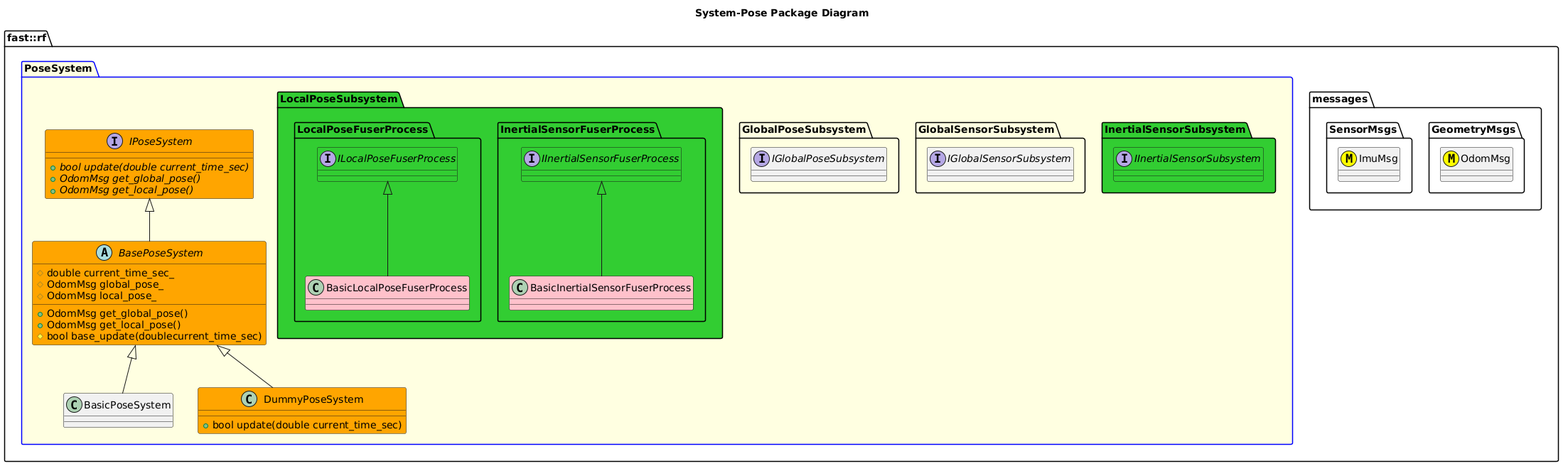
Above: Systems/Pose/doc/puml/SystemPosePackageDiagram.png in fastrobotics/robot_framework (PlantUML), before the change.
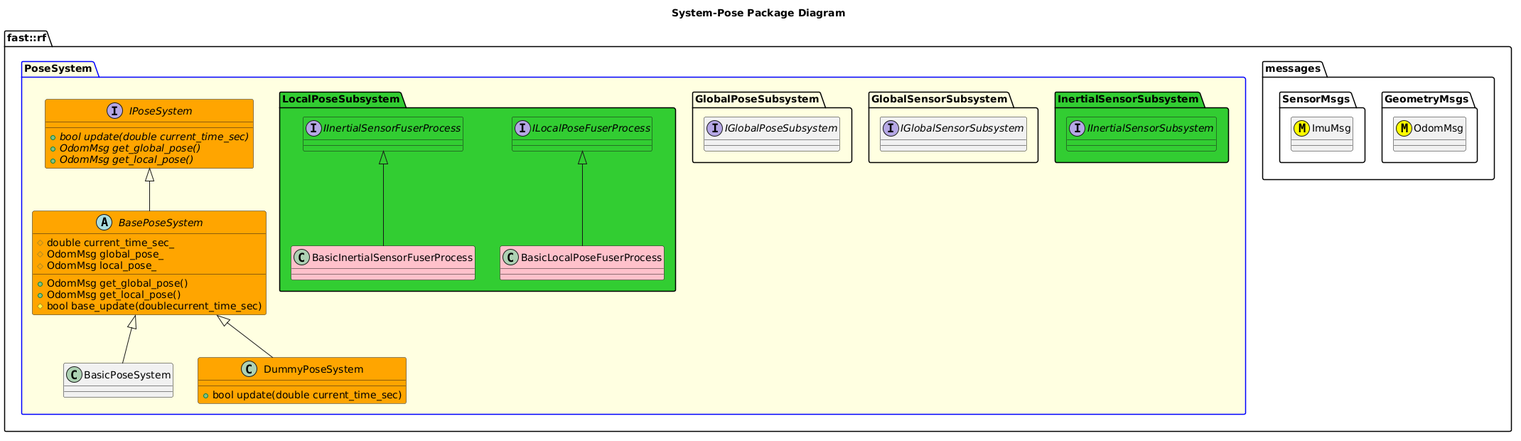
The same diagram one commit later.

Commit message:
Working on Local Pose Fuser.

The edit, as a diff of the source:
```diff
@@ -22,17 +22,14 @@
       interface IGlobalPoseSubsystem
     }
     namespace LocalPoseSubsystem #LimeGreen {
-      namespace InertialSensorFuserProcess #LimeGreen {
-        interface IInertialSensorFuserProcess #LimeGreen {}
-        class BasicInertialSensorFuserProcess #Pink {}
-        BasicInertialSensorFuserProcess -up-|> IInertialSensorFuserProcess
+      interface IInertialSensorFuserProcess #LimeGreen {}
+      class BasicInertialSensorFuserProcess #Pink {}
+      BasicInertialSensorFuserProcess -up-|> IInertialSensorFuserProcess
 
-      }
-      namespace LocalPoseFuserProcess #LimeGreen {
-        interface ILocalPoseFuserProcess #LimeGreen {}
-        class BasicLocalPoseFuserProcess #Pink {}
-        BasicLocalPoseFuserProcess -up-|> ILocalPoseFuserProcess
-      }
+      interface ILocalPoseFuserProcess #LimeGreen {}
+      class BasicLocalPoseFuserProcess #Pink {}
+      BasicLocalPoseFuserProcess -up-|> ILocalPoseFuserProcess
+
     }
 
     interface IPoseSystem #Orange {
```
